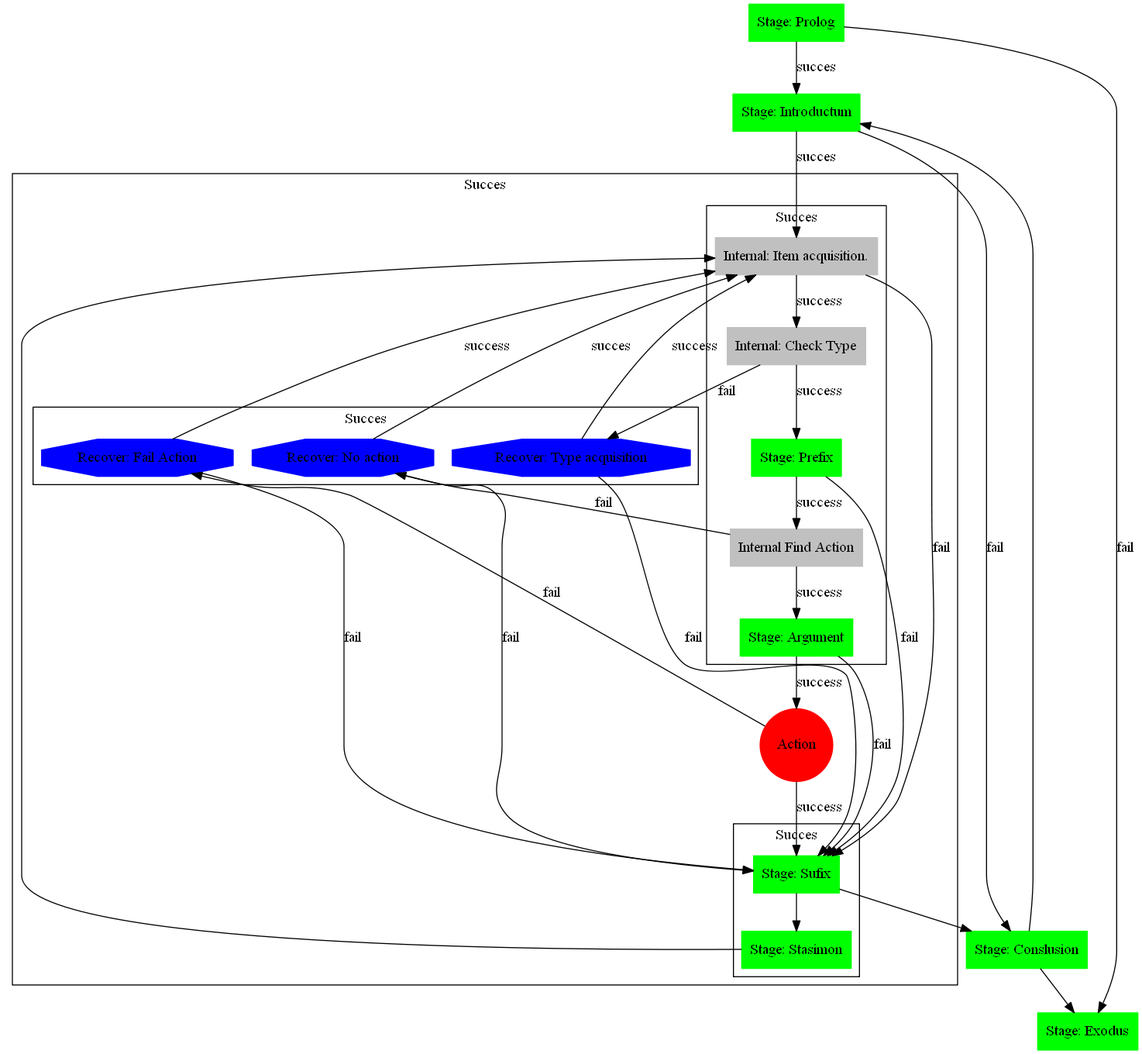
The Graphviz diagram doc/gv/serialization.png in dmilos/reflection, before a commit. Its source is kept beside it as doc/gv/serialization.gv.
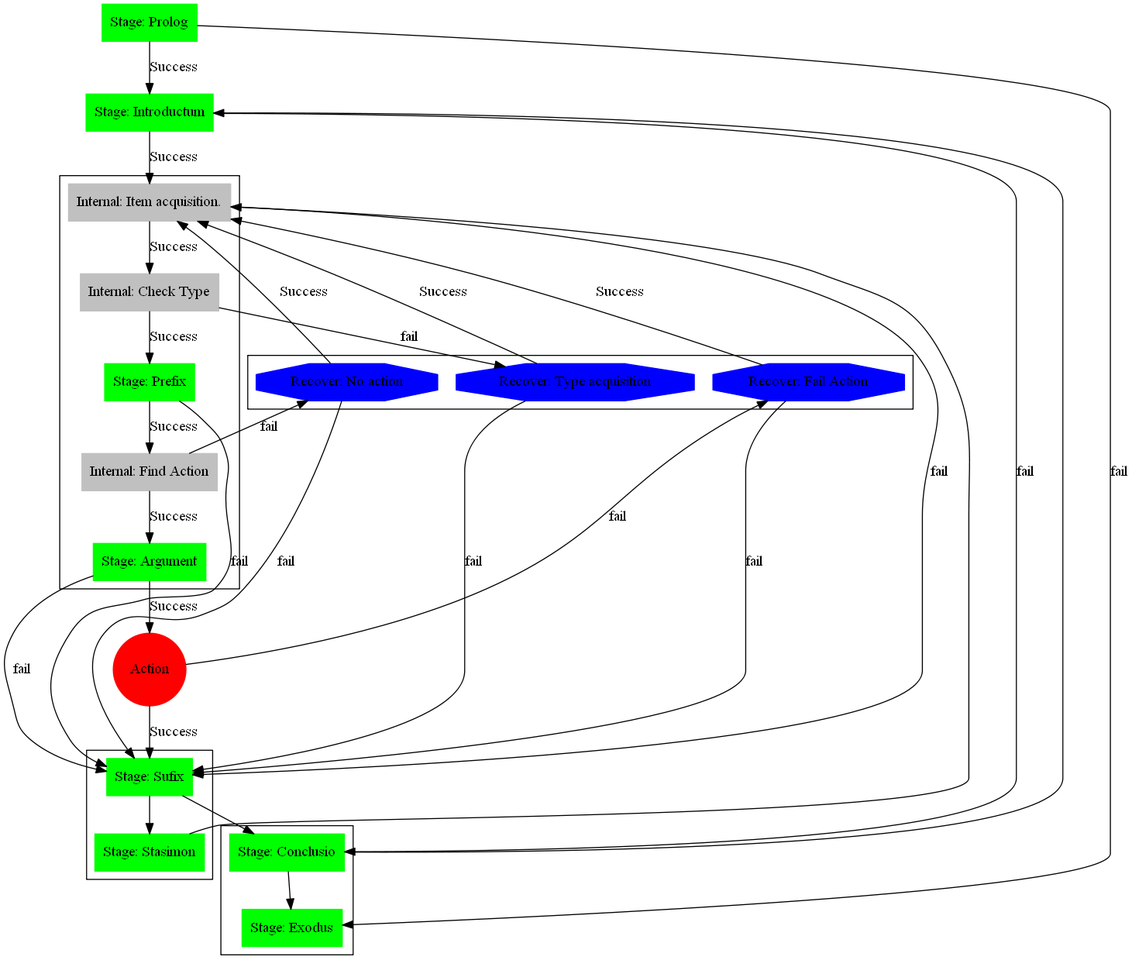
After the change.

What changed in the source:
```diff
@@ -1,99 +1,100 @@
 digraph stages_of_serialization{
 
-	prolog         [shape = box,    style=filled, color=green, label="Stage: Prolog"      ];
-	introductum    [shape = box,    style=filled, color=green, label="Stage: Introductum" ];
-	prefix         [shape = box,    style=filled, color=green, label="Stage: Prefix"];
-	argument       [shape = box,    style=filled, color=green, label="Stage: Argument"];
-	suffix         [shape = box,    style=filled, color=green, label="Stage: Sufix"];
-	stasimon       [shape = box,    style=filled, color=green, label="Stage: Stasimon"];
-	conclusio      [shape = box,    style=filled, color=green, label="Stage: Conslusion"];
-	exodus         [shape = box,    style=filled, color=green, label="Stage: Exodus"];
-	ACTION         [shape = circle, label = "Action", style=filled, color=red];
+    prolog         [shape = box,    style=filled, color=green, label="Stage: Prolog"      ];
+    introductum    [shape = box,    style=filled, color=green, label="Stage: Introductum" ];
+    conclusio      [shape = box,    style=filled, color=green, label="Stage: Conclusio"];
+    exodus         [shape = box,    style=filled, color=green, label="Stage: Exodus"];
 
-	acquisition  [ shape = box, style=filled, color=gray,  label = "Internal: Item acquisition."  ];
-	check_type    [shape = box, style=filled, color=gray,  label="Internal: Check Type"];
-	find_action   [shape = box, style=filled, color=gray,  label="Internal Find Action"];
+    prefix         [shape = box,    style=filled, color=green, label="Stage: Prefix"];
+    argument       [shape = box,    style=filled, color=green, label="Stage: Argument"];
+    suffix         [shape = box,    style=filled, color=green, label="Stage: Sufix"];
+    stasimon       [shape = box,    style=filled, color=green, label="Stage: Stasimon"];
+    ACTION         [shape = circle, label = "Action", style=filled, color=red];
 
-	fail_action   [shape = octagon, label="Recover: Fail Action", style=filled, color=blue];
-	fail_type     [shape = octagon, label="Recover: Type acquisition", style=filled, color=blue];
-	fail_no_action[shape = octagon, label="Recover: No action", style=filled, color=blue];
+    acquisition   [shape = box, style=filled, color=gray,  label = "Internal: Item acquisition."  ];
+    check_type    [shape = box, style=filled, color=gray,  label = "Internal: Check Type"];
+    find_action   [shape = box, style=filled, color=gray,  label = "Internal: Find Action"];
 
-	prolog  -> introductum [ label = "succes" , dir=forward, weight="1000" ];
-	prolog  -> exodus [ label = "fail" , dir=forward ];
+    fail_action   [shape = octagon, label="Recover: Fail Action",      style=filled, color=blue];
+    fail_type     [shape = octagon, label="Recover: Type acquisition", style=filled, color=blue];
+    fail_no_action[shape = octagon, label="Recover: No action",        style=filled, color=blue];
 
-	introductum -> acquisition[ label = "succes", dir=forward, weight="2000"  ];
-	introductum -> conclusio[ label = "fail", dir=forward  ];
+    prolog  -> introductum [ label = "Success" , dir=forward, weight="1000" ];
+    prolog  -> exodus [ label = "fail" , dir=forward ];
 
-	acquisition -> check_type[ label = "success", dir=forward, weight="1000"  ];
-	acquisition -> suffix[ label = "fail", dir=forward  ];
+    introductum -> acquisition[ label = "Success", dir=forward, weight="2000"  ];
+    introductum -> conclusio[ label = "fail", dir=forward  ];
 
-	check_type  -> prefix  [ label = "success", dir=forward, weight="1000"  ];
-	check_type  -> fail_type  [ label = "fail", dir=forward  ];
+    acquisition -> check_type[ label = "Success", dir=forward, weight="1000"  ];
+    acquisition -> suffix[ label = "fail", dir=forward  ];
 
-	prefix  -> find_action  [ label = "success", dir=forward, weight="1000"  ];
-	prefix  -> suffix  [ label = "fail", dir=forward  ];
+    check_type  -> prefix  [ label = "Success", dir=forward, weight="1000"  ];
+    check_type  -> fail_type  [ label = "fail", dir=forward  ];
 
-	find_action ->argument       [ label = "success", dir=forward, weight="1000"  ];
-	find_action ->fail_no_action [ label = "fail", dir=forward  ];
+    prefix  -> find_action  [ label = "Success", dir=forward, weight="1000"  ];
+    prefix  -> suffix  [ label = "fail", dir=forward  ];
 
-	argument  -> ACTION  [ label = "success", dir=forward, weight="1000"  ];
-	argument  -> suffix  [ label = "fail", dir=forward  ];
+    find_action ->argument       [ label = "Success", dir=forward, weight="1000"  ];
+    find_action ->fail_no_action [ label = "fail", dir=forward  ];
 
-	ACTION  -> fail_action  [ label = "fail", dir=forward  ];
-	ACTION  -> suffix  [ label = "success", dir=forward , weight="1501" ];
+    argument  -> ACTION  [ label = "Success", dir=forward, weight="1000"  ];
+    argument  -> suffix  [ label = "fail", dir=forward  ];
 
-	suffix  -> stasimon  [ label = "", dir=forward, weight="1000"  ];
-	suffix  -> conclusio  [ label = "", dir=forward, weight="1000"  ];
-	conclusio  -> introductum   [ label = "", dir=forward  ];
-	conclusio -> exodus[ label = "", dir=forward  ];
+    ACTION  -> fail_action  [ label = "fail", dir=forward  ];
+    ACTION  -> suffix  [ label = "Success", dir=forward , weight="1501" ];
 
-	stasimon  -> acquisition  [ label = "", dir=forward  ];
+    suffix    -> stasimon   [ label = "", dir=forward, weight="1000"  ];
+    suffix    -> conclusio  [ label = "", dir=forward, weight="1000"  ];
+    conclusio -> introductum   [ label = "", dir=forward  ];
+    conclusio -> exodus[ label = "", dir=forward  ];
 
-	fail_type -> acquisition[ label = "success", dir=forward  ];
-	fail_type -> suffix[ label = "fail", dir=forward  ];
+    stasimon  -> acquisition  [ label = "", dir=forward  ];
 
-	fail_action -> acquisition[ label = "success", dir=forward  ];
-	fail_action -> suffix[ label = "fail", dir=forward  ];
+    fail_type -> acquisition[ label = "Success", dir=forward  ];
+    fail_type -> suffix[ label = "fail", dir=forward  ];
 
-	fail_no_action-> acquisition[ label = "succes", dir=forward  ];
-	fail_no_action-> suffix[ label = "fail", dir=forward  ];
+    fail_action -> acquisition[ label = "Success", dir=forward  ];
+    fail_action -> suffix[ label = "fail", dir=forward  ];
 
-	subgraph cluster_succes
-	{rankdir = TB;
-		label = "Succes";
-		node [ ] ACTION;
+    fail_no_action-> acquisition[ label = "Success", dir=forward  ];
+    fail_no_action-> suffix[ label = "fail", dir=forward  ];
 
-            subgraph cluster_before
-	{
-    rankdir="TB";
-		node [ ] acquisition;
-    node [ ] prefix   ;
-    node [ ] find_action   ;
-    node [ ] argument     ;
-    node [ ] check_type     ;
+    subgraph cluster_before
+    {
+        rankdir=TB
+        rank=same;
+        node [ ] acquisition;
+        node [ ] prefix   ;
+        node [ ] find_action   ;
+        node [ ] argument     ;
+        node [ ] check_type     ;
     }
 
 
-            subgraph cluster_after
-	{
-    rankdir="TB";
-		node [ ] acquisition;
-    node [ ] suffix   ;
-    node [ ] stasimon   ;
-    }
-    subgraph cluster_recover
-	{
-
-    rankdir="TB";
-    {rank=source fail_action fail_type fail_no_action}
-    node [ ] fail_action   ;
-    node [ ] fail_type     ;
-    node [ ] fail_no_action;
+    subgraph cluster_after
+    {
+        rankdir=TB;
+        rank=same;
+        node [ ] stasimon   ;
+        node [ ] suffix   ;
     }
 
-	}
+     subgraph cluster_recover
+     {
+         rank=same
+         rankdir=TB
+         node [ ] fail_type
+         node [ ] fail_action
+         node [ ] fail_no_action
+     }
 
-
+    subgraph cluster_end
+    {
+        rankdir=TB
+        rank=source
+        node [ ] conclusio
+        node [ ] exodus
+    }
 
 
 }
```
